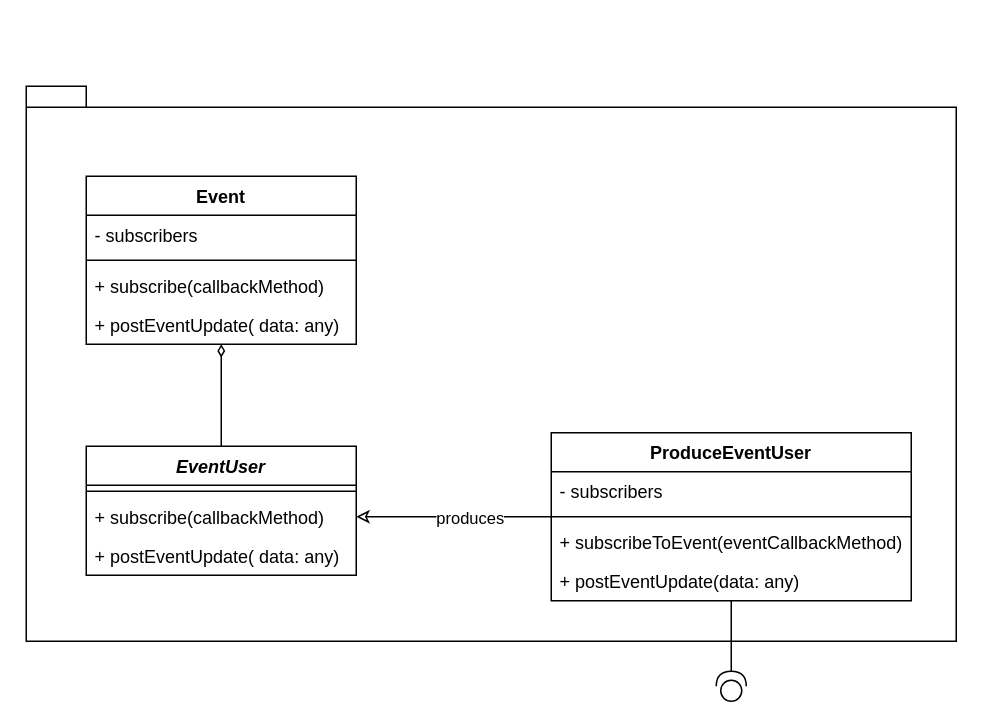
Before: Events/Architecture/EventManager.drawio in Uhgtred/Car_Infotainment_System, a draw.io diagram. Source tidied: cells renumbered, new cells numbered last; positions are measured from the earlier drawing's top-left corner, leaving out a move shared by most shapes. Both pictures are drawn from the tidied source at 150%, with x=0, y=0 at pixel (26, 86).
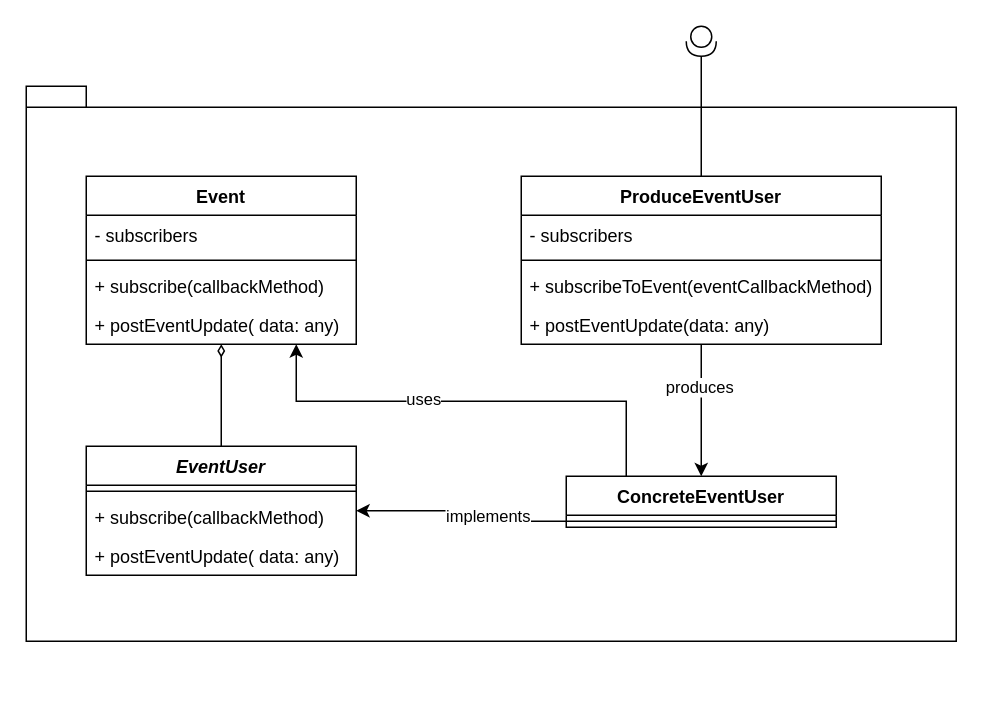
Above is the later version.

The change refers to these unchanged cells:
```xml
<mxCell id="3" value="Event" style="swimlane;fontStyle=1;align=center;verticalAlign=top;horizontal=1;startSize=26;" parent="1" vertex="1">
  <mxGeometry x="40" y="60" width="180" height="112" as="geometry" />
</mxCell>
<mxCell id="16" value="EventUser" style="swimlane;fontStyle=3;align=center;verticalAlign=top;horizontal=1;startSize=26;" parent="1" vertex="1">
  <mxGeometry x="40" y="240" width="180" height="86" as="geometry" />
</mxCell>
<mxCell id="18" value="+ subscribe(callbackMethod)" style="text;strokeColor=none;fillColor=none;align=left;verticalAlign=top;spacingLeft=4;spacingRight=4;overflow=hidden;points=[[0,0.5],[1,0.5]];portConstraint=eastwest;" parent="16" vertex="1">
  <mxGeometry y="34" width="180" height="26" as="geometry" />
</mxCell>
```

The edit, as a diff of the source:
```diff
@@
-    <mxCell id="8" style="edgeStyle=orthogonalEdgeStyle;rounded=0;jettySize=auto;html=1;endArrow=classic;endFill=0;entryX=1;entryY=0.5;entryDx=0;entryDy=0;" parent="1" edge="1" source="10" target="18">
-      <mxGeometry relative="1" as="geometry" />
-    </mxCell>
+    <mxCell id="22" style="edgeStyle=orthogonalEdgeStyle;rounded=0;jettySize=auto;html=1;" parent="1" edge="1" source="10" target="25">
+      <mxGeometry relative="1" as="geometry">
+        <Array as="points">
+          <mxPoint x="450" y="200" />
+          <mxPoint x="450" y="200" />
+        </Array>
+      </mxGeometry>
+    </mxCell>
-    <mxCell id="9" value="produces" style="edgeLabel;html=1;align=center;verticalAlign=middle;" parent="8" vertex="1">
-      <mxGeometry x="-0.24" y="-1" relative="1" as="geometry">
-        <mxPoint x="-6" y="1" as="offset" />
-      </mxGeometry>
+    <mxCell id="9" value="produces" style="edgeLabel;html=1;align=center;verticalAlign=middle;" parent="22" vertex="1">
+      <mxGeometry x="-0.37" y="-2" relative="1" as="geometry" />
     </mxCell>
     <mxCell id="10" value="ProduceEventUser" style="swimlane;fontStyle=1;align=center;verticalAlign=top;horizontal=1;startSize=26;" parent="1" vertex="1">
-      <mxGeometry x="350" y="231" width="240" height="112" as="geometry" />
+      <mxGeometry x="330" y="60" width="240" height="112" as="geometry" />
     </mxCell>
@@
-    <mxCell id="21" style="shape=providedRequiredInterface;html=1;verticalLabelPosition=bottom;sketch=0;rotation=-90;" parent="1" vertex="1">
-      <mxGeometry x="460" y="390" width="20" height="20" as="geometry" />
+    <mxCell id="21" style="shape=providedRequiredInterface;html=1;verticalLabelPosition=bottom;sketch=0;rotation=90;" parent="1" vertex="1">
+      <mxGeometry x="440" y="-40" width="20" height="20" as="geometry" />
     </mxCell>
+    <mxCell id="23" style="edgeStyle=orthogonalEdgeStyle;rounded=0;jettySize=auto;html=1;" parent="1" edge="1" source="25" target="3">
+      <mxGeometry relative="1" as="geometry">
+        <Array as="points">
+          <mxPoint x="400" y="210" />
+          <mxPoint x="180" y="210" />
+        </Array>
+      </mxGeometry>
+    </mxCell>
+    <mxCell id="24" value="uses" style="edgeLabel;html=1;align=center;verticalAlign=middle;" parent="23" vertex="1">
+      <mxGeometry x="0.21" y="-2" relative="1" as="geometry" />
+    </mxCell>
+    <mxCell id="25" value="ConcreteEventUser" style="swimlane;fontStyle=1;align=center;verticalAlign=top;horizontal=1;startSize=26;" parent="1" vertex="1">
+      <mxGeometry x="360" y="260" width="180" height="34" as="geometry" />
+    </mxCell>
+    <mxCell id="26" style="line;strokeWidth=1;fillColor=none;align=left;verticalAlign=middle;spacingTop=-1;spacingLeft=3;spacingRight=3;labelPosition=right;points=[];portConstraint=eastwest;strokeColor=inherit;" parent="25" vertex="1">
+      <mxGeometry y="26" width="180" height="8" as="geometry" />
+    </mxCell>
+    <mxCell id="27" style="edgeStyle=orthogonalEdgeStyle;rounded=0;jettySize=auto;html=1;" parent="1" edge="1" source="26" target="16">
+      <mxGeometry relative="1" as="geometry" />
+    </mxCell>
+    <mxCell id="28" value="implements" style="edgeLabel;html=1;align=center;verticalAlign=middle;" parent="27" vertex="1">
+      <mxGeometry x="-0.28" y="-2" relative="1" as="geometry">
+        <mxPoint y="-2" as="offset" />
+      </mxGeometry>
+    </mxCell>
```
